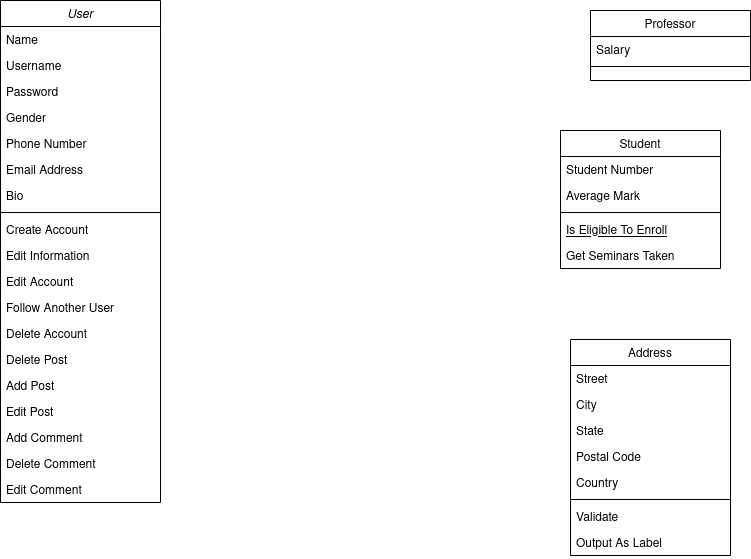
MVBDX/social_media keeps this draw.io diagram as NetworkUML.drawio.png. Above is the earlier version. Source tidied: cells renumbered, new cells last; positions are measured from the earlier drawing's top-left corner, leaving out a move shared by most shapes.
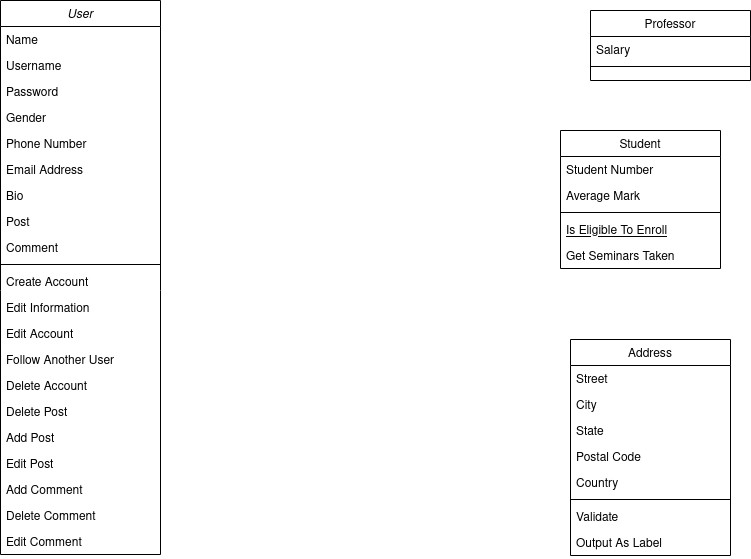
The same diagram one commit later.

Commit message:
Update attrebute user .drawio.png

The edit, as a diff of the source:
```diff
@@ -3,7 +3,7 @@
     <mxCell id="0" />
     <mxCell id="1" parent="0" />
     <mxCell id="2" value="User" style="swimlane;fontStyle=2;align=center;verticalAlign=top;horizontal=1;startSize=26;rounded=0;shadow=0;strokeWidth=1;" parent="1" vertex="1">
-      <mxGeometry width="160" height="502" as="geometry" />
+      <mxGeometry width="160" height="554" as="geometry" />
     </mxCell>
     <mxCell id="3" value="Name" style="text;align=left;verticalAlign=top;spacingLeft=4;spacingRight=4;overflow=hidden;" parent="2" vertex="1">
       <mxGeometry y="26" width="160" height="26" as="geometry" />
@@ -26,41 +26,47 @@
     <mxCell id="9" value="Bio" style="text;align=left;verticalAlign=top;spacingLeft=4;spacingRight=4;overflow=hidden;rounded=0;shadow=0;html=0;" parent="2" vertex="1">
       <mxGeometry y="182" width="160" height="26" as="geometry" />
     </mxCell>
+    <mxCell id="40" value="Post" style="text;align=left;verticalAlign=top;spacingLeft=4;spacingRight=4;overflow=hidden;rounded=0;shadow=0;html=0;" parent="2" vertex="1">
+      <mxGeometry y="208" width="160" height="26" as="geometry" />
+    </mxCell>
+    <mxCell id="41" value="Comment" style="text;align=left;verticalAlign=top;spacingLeft=4;spacingRight=4;overflow=hidden;rounded=0;shadow=0;html=0;" parent="2" vertex="1">
+      <mxGeometry y="234" width="160" height="26" as="geometry" />
+    </mxCell>
     <mxCell id="10" style="line;html=1;strokeWidth=1;align=left;verticalAlign=middle;spacingTop=-1;spacingLeft=3;spacingRight=3;labelPosition=right;" parent="2" vertex="1">
-      <mxGeometry y="208" width="160" height="8" as="geometry" />
+      <mxGeometry y="260" width="160" height="8" as="geometry" />
     </mxCell>
     <mxCell id="11" value="Create Account" style="text;align=left;verticalAlign=top;spacingLeft=4;spacingRight=4;overflow=hidden;" parent="2" vertex="1">
-      <mxGeometry y="216" width="160" height="26" as="geometry" />
+      <mxGeometry y="268" width="160" height="26" as="geometry" />
     </mxCell>
     <mxCell id="12" value="Edit Information" style="text;align=left;verticalAlign=top;spacingLeft=4;spacingRight=4;overflow=hidden;" parent="2" vertex="1">
-      <mxGeometry y="242" width="160" height="26" as="geometry" />
+      <mxGeometry y="294" width="160" height="26" as="geometry" />
     </mxCell>
     <mxCell id="13" value="Edit Account" style="text;align=left;verticalAlign=top;spacingLeft=4;spacingRight=4;overflow=hidden;" parent="2" vertex="1">
-      <mxGeometry y="268" width="160" height="26" as="geometry" />
+      <mxGeometry y="320" width="160" height="26" as="geometry" />
     </mxCell>
     <mxCell id="14" value="Follow Another User" style="text;align=left;verticalAlign=top;spacingLeft=4;spacingRight=4;overflow=hidden;" parent="2" vertex="1">
-      <mxGeometry y="294" width="160" height="26" as="geometry" />
+      <mxGeometry y="346" width="160" height="26" as="geometry" />
     </mxCell>
     <mxCell id="15" value="Delete Account" style="text;align=left;verticalAlign=top;spacingLeft=4;spacingRight=4;overflow=hidden;" parent="2" vertex="1">
-      <mxGeometry y="320" width="160" height="26" as="geometry" />
+      <mxGeometry y="372" width="160" height="26" as="geometry" />
     </mxCell>
     <mxCell id="16" value="Delete Post" style="text;align=left;verticalAlign=top;spacingLeft=4;spacingRight=4;overflow=hidden;" parent="2" vertex="1">
-      <mxGeometry y="346" width="160" height="26" as="geometry" />
+      <mxGeometry y="398" width="160" height="26" as="geometry" />
     </mxCell>
     <mxCell id="17" value="Add Post" style="text;align=left;verticalAlign=top;spacingLeft=4;spacingRight=4;overflow=hidden;" parent="2" vertex="1">
-      <mxGeometry y="372" width="160" height="26" as="geometry" />
+      <mxGeometry y="424" width="160" height="26" as="geometry" />
     </mxCell>
     <mxCell id="18" value="Edit Post" style="text;align=left;verticalAlign=top;spacingLeft=4;spacingRight=4;overflow=hidden;" parent="2" vertex="1">
-      <mxGeometry y="398" width="160" height="26" as="geometry" />
+      <mxGeometry y="450" width="160" height="26" as="geometry" />
     </mxCell>
     <mxCell id="19" value="Add Comment" style="text;align=left;verticalAlign=top;spacingLeft=4;spacingRight=4;overflow=hidden;" parent="2" vertex="1">
-      <mxGeometry y="424" width="160" height="26" as="geometry" />
+      <mxGeometry y="476" width="160" height="26" as="geometry" />
     </mxCell>
     <mxCell id="20" value="Delete Comment" style="text;align=left;verticalAlign=top;spacingLeft=4;spacingRight=4;overflow=hidden;" parent="2" vertex="1">
-      <mxGeometry y="450" width="160" height="26" as="geometry" />
+      <mxGeometry y="502" width="160" height="26" as="geometry" />
     </mxCell>
     <mxCell id="21" value="Edit Comment" style="text;align=left;verticalAlign=top;spacingLeft=4;spacingRight=4;overflow=hidden;" parent="2" vertex="1">
-      <mxGeometry y="476" width="160" height="26" as="geometry" />
+      <mxGeometry y="528" width="160" height="26" as="geometry" />
     </mxCell>
     <mxCell id="22" value="Student" style="swimlane;fontStyle=0;align=center;verticalAlign=top;horizontal=1;startSize=26;rounded=0;shadow=0;strokeWidth=1;" parent="1" vertex="1">
       <mxGeometry x="560" y="130" width="160" height="138" as="geometry" />
```
